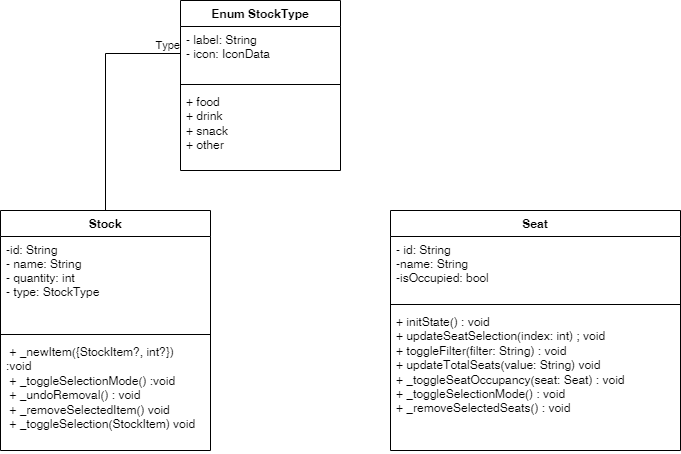
Above: internet_cafe_flutter/diagram/ClassDiagram.drawio.png in Imhav/internet_cafe_flutter (draw.io), before the change. Source tidied: cells renumbered, new cells last; positions are measured from the earlier drawing's top-left corner, leaving out a move shared by most shapes.
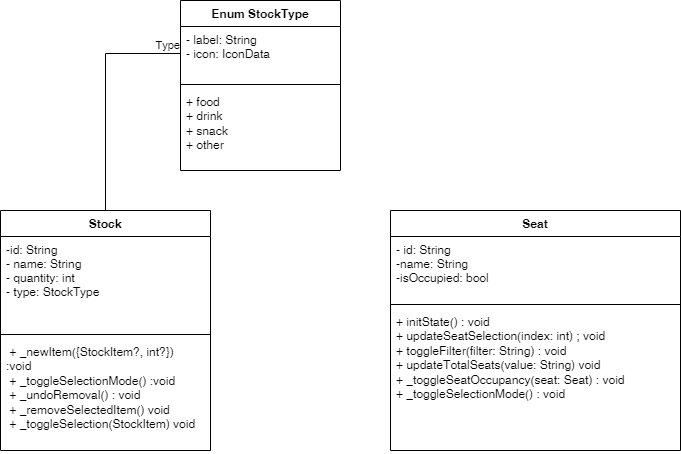
Above is the later version.

Change to the diagram source:
```diff
@@ -23,7 +23,7 @@
     <mxCell id="8" style="line;html=1;strokeWidth=1;align=left;verticalAlign=middle;spacingTop=-1;spacingLeft=3;spacingRight=3;labelPosition=right;" parent="6" vertex="1">
       <mxGeometry y="90" width="290" height="8" as="geometry" />
     </mxCell>
-    <mxCell id="9" value="&lt;div&gt;+ initState() : void&amp;nbsp; &amp;nbsp; &amp;nbsp; &amp;nbsp; &amp;nbsp; &amp;nbsp; &amp;nbsp; &amp;nbsp; &amp;nbsp; &amp;nbsp;&lt;/div&gt;&lt;div&gt;+ updateSeatSelection(index: int) ; void&lt;/div&gt;&lt;div&gt;+ toggleFilter(filter: String) : void&lt;/div&gt;&lt;div&gt;+ updateTotalSeats(value: String) void&amp;nbsp;&lt;span style=&quot;background-color: initial;&quot;&gt;&amp;nbsp; &amp;nbsp; &amp;nbsp; &amp;nbsp;&amp;nbsp;&lt;/span&gt;&lt;/div&gt;&lt;div&gt;+ _toggleSeatOccupancy(seat: Seat) : void&lt;/div&gt;&lt;div&gt;+ _toggleSelectionMode() : void&amp;nbsp; &amp;nbsp; &amp;nbsp; &amp;nbsp; &amp;nbsp;&lt;/div&gt;&lt;div&gt;+ _removeSelectedSeats() : void&amp;nbsp;&lt;/div&gt;" style="text;strokeColor=none;fillColor=none;align=left;verticalAlign=top;spacingLeft=4;spacingRight=4;overflow=hidden;whiteSpace=wrap;html=1;" parent="6" vertex="1">
+    <mxCell id="9" value="&lt;div&gt;+ initState() : void&amp;nbsp; &amp;nbsp; &amp;nbsp; &amp;nbsp; &amp;nbsp; &amp;nbsp; &amp;nbsp; &amp;nbsp; &amp;nbsp; &amp;nbsp;&lt;/div&gt;&lt;div&gt;+ updateSeatSelection(index: int) ; void&lt;/div&gt;&lt;div&gt;+ toggleFilter(filter: String) : void&lt;/div&gt;&lt;div&gt;+ updateTotalSeats(value: String) void&amp;nbsp;&lt;span style=&quot;background-color: initial;&quot;&gt;&amp;nbsp; &amp;nbsp; &amp;nbsp; &amp;nbsp;&amp;nbsp;&lt;/span&gt;&lt;/div&gt;&lt;div&gt;+ _toggleSeatOccupancy(seat: Seat) : void&lt;/div&gt;&lt;div&gt;+ _toggleSelectionMode() : void&amp;nbsp; &amp;nbsp; &amp;nbsp; &amp;nbsp; &amp;nbsp;&lt;/div&gt;&lt;div&gt;&lt;br&gt;&lt;/div&gt;" style="text;strokeColor=none;fillColor=none;align=left;verticalAlign=top;spacingLeft=4;spacingRight=4;overflow=hidden;whiteSpace=wrap;html=1;" parent="6" vertex="1">
       <mxGeometry y="98" width="290" height="122" as="geometry" />
     </mxCell>
     <mxCell id="10" value="Enum StockType" style="swimlane;fontStyle=1;align=center;verticalAlign=top;horizontal=1;startSize=26;whiteSpace=wrap;html=1;" parent="1" vertex="1">
```
